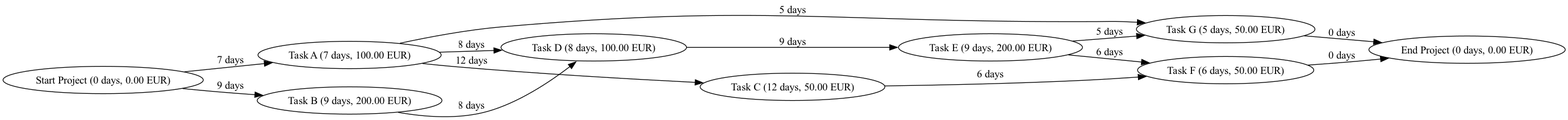
The Graphviz diagram pert_cpm_graph.png in AmirMasnavi/Industrial-Production-Simulator, before a commit. Its source is kept beside it as pert_cpm_graph.dot. Source of this version:
```dot
digraph PERTCPM {
  rankdir=LR;
  1 [label="Start Project (0 days, 0.00 EUR)"];
  2 [label="Task A (7 days, 100.00 EUR)"];
  3 [label="Task B (9 days, 200.00 EUR)"];
  4 [label="Task C (12 days, 50.00 EUR)"];
  5 [label="Task D (8 days, 100.00 EUR)"];
  6 [label="Task E (9 days, 200.00 EUR)"];
  7 [label="Task F (6 days, 50.00 EUR)"];
  8 [label="Task G (5 days, 50.00 EUR)"];
  9 [label="End Project (0 days, 0.00 EUR)"];
  1 -> 2 [label="7 days"];
  1 -> 3 [label="9 days"];
  2 -> 4 [label="12 days"];
  2 -> 5 [label="8 days"];
  2 -> 8 [label="5 days"];
  3 -> 5 [label="8 days"];
  4 -> 7 [label="6 days"];
  5 -> 6 [label="9 days"];
  6 -> 7 [label="6 days"];
  6 -> 8 [label="5 days"];
  7 -> 9 [label="0 days"];
  8 -> 9 [label="0 days"];
}
```
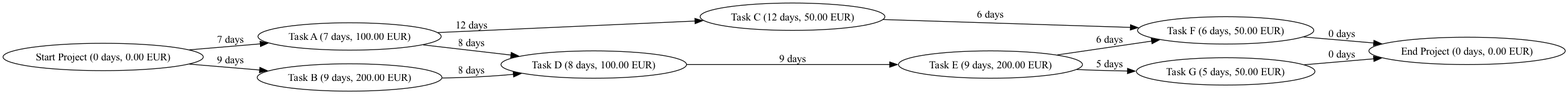
Later version of the same file.

Change to the diagram source:
```diff
@@ -13,7 +13,6 @@
   1 -> 3 [label="9 days"];
   2 -> 4 [label="12 days"];
   2 -> 5 [label="8 days"];
-  2 -> 8 [label="5 days"];
   3 -> 5 [label="8 days"];
   4 -> 7 [label="6 days"];
   5 -> 6 [label="9 days"];
```
